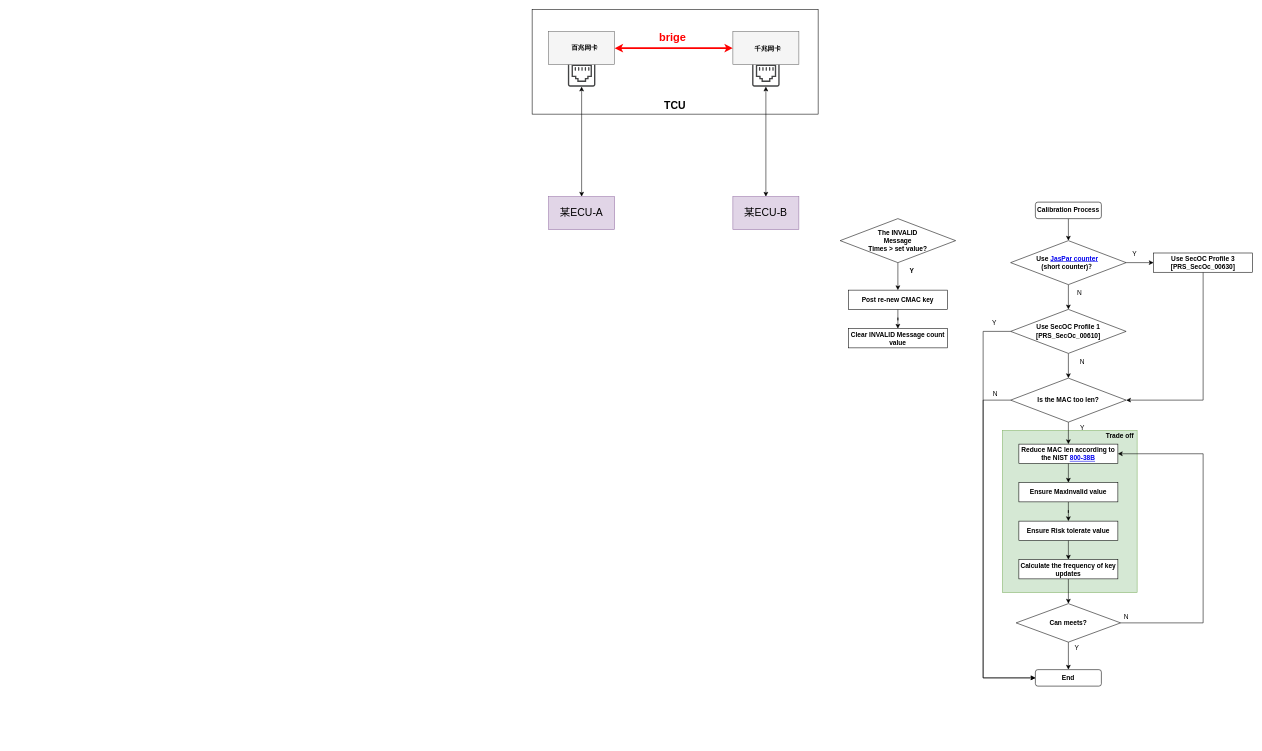
Above: autox/misc.drawio in carloscn/drawio (draw.io), before the change. Source tidied: cells renumbered, new cells numbered last; positions are measured from the earlier drawing's top-left corner, leaving out a move shared by most shapes. Both pictures are drawn from the tidied source at 55%, with x=0, y=0 at pixel (532, 9).
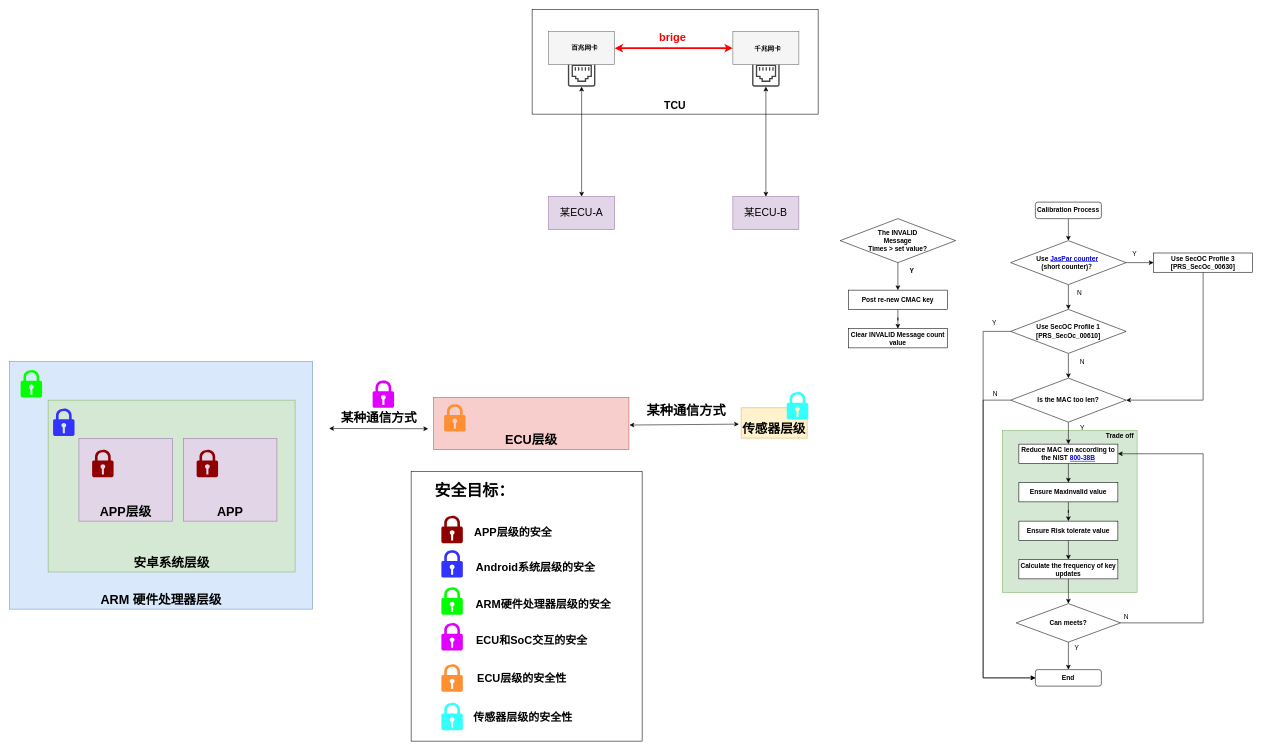
After the change.

What changed in the source:
```diff
@@
+    <mxCell id="56" style="rounded=0;whiteSpace=wrap;html=1;" parent="1" vertex="1">
+      <mxGeometry x="-220" y="840" width="420" height="490" as="geometry" />
+    </mxCell>
+    <mxCell id="57" value="ARM 硬件处理器层级" style="rounded=0;whiteSpace=wrap;html=1;fontStyle=1;fontSize=23;verticalAlign=bottom;fillColor=#dae8fc;strokeColor=#6c8ebf;" parent="1" vertex="1">
+      <mxGeometry x="-950" y="640" width="551" height="450" as="geometry" />
+    </mxCell>
@@
+    <mxCell id="58" value="安卓系统层级" style="rounded=0;whiteSpace=wrap;html=1;fontStyle=1;fontSize=23;verticalAlign=bottom;fillColor=#d5e8d4;strokeColor=#82b366;" parent="1" vertex="1">
+      <mxGeometry x="-880" y="710" width="449" height="312.5" as="geometry" />
+    </mxCell>
+    <mxCell id="59" value="APP层级" style="rounded=0;whiteSpace=wrap;html=1;fontStyle=1;fontSize=23;verticalAlign=bottom;fillColor=#e1d5e7;strokeColor=#9673a6;" parent="1" vertex="1">
+      <mxGeometry x="-824" y="780" width="170" height="150" as="geometry" />
+    </mxCell>
+    <mxCell id="60" value="APP" style="rounded=0;whiteSpace=wrap;html=1;fontStyle=1;fontSize=23;verticalAlign=bottom;fillColor=#e1d5e7;strokeColor=#9673a6;" parent="1" vertex="1">
+      <mxGeometry x="-634" y="780" width="170" height="150" as="geometry" />
+    </mxCell>
+    <mxCell id="61" value="ECU层级" style="rounded=0;whiteSpace=wrap;html=1;fontStyle=1;fontSize=23;verticalAlign=bottom;fillColor=#f8cecc;strokeColor=#b85450;" parent="1" vertex="1">
+      <mxGeometry x="-179" y="705" width="355" height="95" as="geometry" />
+    </mxCell>
+    <mxCell id="62" style="endArrow=classic;startArrow=classic;html=1;rounded=0;" parent="1" edge="1">
+      <mxGeometry relative="1" as="geometry">
+        <mxPoint x="-369" y="761.5" as="sourcePoint" />
+        <mxPoint x="-189" y="762" as="targetPoint" />
+      </mxGeometry>
+    </mxCell>
+    <mxCell id="63" value="某种通信方式" style="text;html=1;align=center;verticalAlign=middle;strokeColor=none;fillColor=none;fontSize=23;fontStyle=1;" parent="1" vertex="1">
+      <mxGeometry x="-359" y="722" width="160" height="40" as="geometry" />
+    </mxCell>
+    <mxCell id="64" value="传感器层级" style="rounded=0;whiteSpace=wrap;html=1;fontStyle=1;fontSize=23;verticalAlign=bottom;fillColor=#fff2cc;strokeColor=#d6b656;" parent="1" vertex="1">
+      <mxGeometry x="380" y="724" width="120" height="55" as="geometry" />
+    </mxCell>
+    <mxCell id="65" style="endArrow=classic;startArrow=classic;html=1;rounded=0;entryX=-0.033;entryY=0.539;entryDx=0;entryDy=0;entryPerimeter=0;" parent="1" edge="1" target="64">
+      <mxGeometry relative="1" as="geometry">
+        <mxPoint x="177" y="755.3" as="sourcePoint" />
+      </mxGeometry>
+    </mxCell>
+    <mxCell id="66" value="某种通信方式" style="text;html=1;align=center;verticalAlign=middle;strokeColor=none;fillColor=none;fontSize=24;fontStyle=1;" parent="1" vertex="1">
+      <mxGeometry x="195" y="710" width="170" height="40" as="geometry" />
+    </mxCell>
+    <mxCell id="67" style="sketch=0;shadow=0;dashed=0;html=1;strokeColor=none;labelPosition=center;verticalLabelPosition=bottom;verticalAlign=top;align=center;fillColor=#8f0000;shape=mxgraph.mscae.enterprise.lock;" parent="1" vertex="1">
+      <mxGeometry x="-800" y="800" width="39" height="50" as="geometry" />
+    </mxCell>
+    <mxCell id="68" style="sketch=0;shadow=0;dashed=0;html=1;strokeColor=none;labelPosition=center;verticalLabelPosition=bottom;verticalAlign=top;align=center;fillColor=#3333FF;shape=mxgraph.mscae.enterprise.lock;" parent="1" vertex="1">
+      <mxGeometry x="-871" y="725" width="39" height="50" as="geometry" />
+    </mxCell>
+    <mxCell id="69" style="sketch=0;shadow=0;dashed=0;html=1;strokeColor=none;labelPosition=center;verticalLabelPosition=bottom;verticalAlign=top;align=center;fillColor=#00FF00;shape=mxgraph.mscae.enterprise.lock;" parent="1" vertex="1">
+      <mxGeometry x="-930" y="655" width="39" height="50" as="geometry" />
+    </mxCell>
+    <mxCell id="70" style="sketch=0;shadow=0;dashed=0;html=1;strokeColor=none;labelPosition=center;verticalLabelPosition=bottom;verticalAlign=top;align=center;fillColor=#e100ff;shape=mxgraph.mscae.enterprise.lock;" parent="1" vertex="1">
+      <mxGeometry x="-290" y="674" width="39" height="50" as="geometry" />
+    </mxCell>
+    <mxCell id="71" style="sketch=0;shadow=0;dashed=0;html=1;strokeColor=none;labelPosition=center;verticalLabelPosition=bottom;verticalAlign=top;align=center;fillColor=#ff8f33;shape=mxgraph.mscae.enterprise.lock;" parent="1" vertex="1">
+      <mxGeometry x="-160" y="717" width="39" height="50" as="geometry" />
+    </mxCell>
+    <mxCell id="72" style="sketch=0;shadow=0;dashed=0;html=1;strokeColor=none;labelPosition=center;verticalLabelPosition=bottom;verticalAlign=top;align=center;fillColor=#33fffc;shape=mxgraph.mscae.enterprise.lock;" parent="1" vertex="1">
+      <mxGeometry x="463" y="695" width="39" height="50" as="geometry" />
+    </mxCell>
+    <mxCell id="73" style="group;" parent="1" vertex="1">
+      <mxGeometry x="-190" y="850" width="345" height="460" as="geometry" />
+    </mxCell>
+    <mxCell id="74" style="sketch=0;shadow=0;dashed=0;html=1;strokeColor=none;labelPosition=center;verticalLabelPosition=bottom;verticalAlign=top;align=center;fillColor=#8f0000;shape=mxgraph.mscae.enterprise.lock;" parent="73" vertex="1">
+      <mxGeometry x="25" y="70" width="39" height="50" as="geometry" />
+    </mxCell>
+    <mxCell id="75" value="安全目标：" style="text;html=1;align=center;verticalAlign=middle;strokeColor=none;fillColor=none;fontSize=29;fontStyle=1;" parent="73" vertex="1">
+      <mxGeometry width="170" height="50" as="geometry" />
+    </mxCell>
+    <mxCell id="76" value="APP层级的安全" style="text;html=1;align=center;verticalAlign=middle;strokeColor=none;fillColor=none;fontSize=20;fontStyle=1;" parent="73" vertex="1">
+      <mxGeometry x="75" y="80" width="160" height="40" as="geometry" />
+    </mxCell>
+    <mxCell id="77" style="sketch=0;shadow=0;dashed=0;html=1;strokeColor=none;labelPosition=center;verticalLabelPosition=bottom;verticalAlign=top;align=center;fillColor=#3333FF;shape=mxgraph.mscae.enterprise.lock;" parent="73" vertex="1">
+      <mxGeometry x="25" y="132.5" width="39" height="50" as="geometry" />
+    </mxCell>
+    <mxCell id="78" value="Android系统层级的安全" style="text;html=1;align=center;verticalAlign=middle;strokeColor=none;fillColor=none;fontSize=20;fontStyle=1;" parent="73" vertex="1">
+      <mxGeometry x="76" y="143" width="240" height="40" as="geometry" />
+    </mxCell>
+    <mxCell id="79" style="sketch=0;shadow=0;dashed=0;html=1;strokeColor=none;labelPosition=center;verticalLabelPosition=bottom;verticalAlign=top;align=center;fillColor=#00FF00;shape=mxgraph.mscae.enterprise.lock;" parent="73" vertex="1">
+      <mxGeometry x="25" y="200" width="39" height="50" as="geometry" />
+    </mxCell>
+    <mxCell id="80" value="ARM硬件处理器层级的安全" style="text;html=1;align=center;verticalAlign=middle;strokeColor=none;fillColor=none;fontSize=20;fontStyle=1;" parent="73" vertex="1">
+      <mxGeometry x="75" y="210" width="270" height="40" as="geometry" />
+    </mxCell>
+    <mxCell id="81" style="sketch=0;shadow=0;dashed=0;html=1;strokeColor=none;labelPosition=center;verticalLabelPosition=bottom;verticalAlign=top;align=center;fillColor=#e100ff;shape=mxgraph.mscae.enterprise.lock;" parent="73" vertex="1">
+      <mxGeometry x="25" y="265" width="39" height="50" as="geometry" />
+    </mxCell>
+    <mxCell id="82" value="ECU和SoC交互的安全" style="text;html=1;align=center;verticalAlign=middle;strokeColor=none;fillColor=none;fontSize=20;fontStyle=1;" parent="73" vertex="1">
+      <mxGeometry x="74" y="275" width="230" height="40" as="geometry" />
+    </mxCell>
+    <mxCell id="83" style="sketch=0;shadow=0;dashed=0;html=1;strokeColor=none;labelPosition=center;verticalLabelPosition=bottom;verticalAlign=top;align=center;fillColor=#ff8f33;shape=mxgraph.mscae.enterprise.lock;" parent="73" vertex="1">
+      <mxGeometry x="25" y="340" width="39" height="50" as="geometry" />
+    </mxCell>
+    <mxCell id="84" value="ECU层级的安全性" style="text;html=1;align=center;verticalAlign=middle;strokeColor=none;fillColor=none;fontSize=20;fontStyle=1;" parent="73" vertex="1">
+      <mxGeometry x="76" y="345" width="190" height="40" as="geometry" />
+    </mxCell>
+    <mxCell id="85" value="传感器层级的安全性" style="text;html=1;align=center;verticalAlign=middle;strokeColor=none;fillColor=none;fontSize=20;fontStyle=1;" parent="73" vertex="1">
+      <mxGeometry x="73" y="415" width="200" height="40" as="geometry" />
+    </mxCell>
+    <mxCell id="86" style="sketch=0;shadow=0;dashed=0;html=1;strokeColor=none;labelPosition=center;verticalLabelPosition=bottom;verticalAlign=top;align=center;fillColor=#33fffc;shape=mxgraph.mscae.enterprise.lock;" parent="73" vertex="1">
+      <mxGeometry x="25" y="410" width="39" height="50" as="geometry" />
+    </mxCell>
+    <mxCell id="87" style="sketch=0;shadow=0;dashed=0;html=1;strokeColor=none;labelPosition=center;verticalLabelPosition=bottom;verticalAlign=top;align=center;fillColor=#8f0000;shape=mxgraph.mscae.enterprise.lock;" parent="1" vertex="1">
+      <mxGeometry x="-610" y="800" width="39" height="50" as="geometry" />
+    </mxCell>
```
